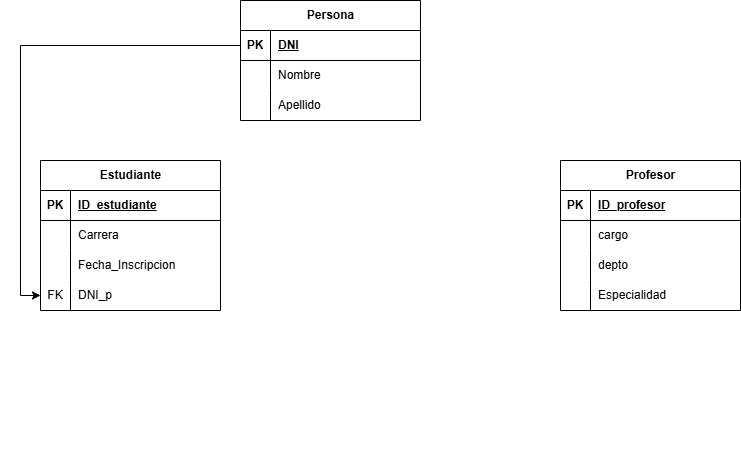
The draw.io diagram Diagramas_E_R/Diagrama_actividad_3.drawio.png in Gabitoto/Bases-de-Datos, before a commit. Source tidied: cells renumbered, new cells last; positions are measured from the earlier drawing's top-left corner, leaving out a move shared by most shapes.
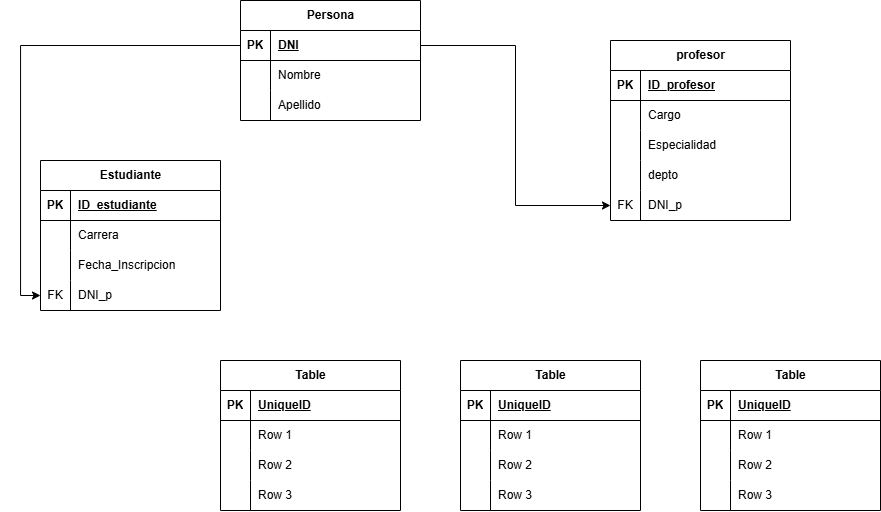
Above is the later version.

Diff of the diagram source:
```diff
@@ -77,47 +77,173 @@
     <mxCell id="26" style="edgeStyle=orthogonalEdgeStyle;rounded=0;jettySize=auto;html=1;exitX=0;exitY=0.5;exitDx=0;exitDy=0;entryX=0;entryY=0.5;entryDx=0;entryDy=0;" parent="1" edge="1" source="3" target="23">
       <mxGeometry relative="1" as="geometry" />
     </mxCell>
-    <mxCell id="27" style="group;" parent="1" vertex="1">
-      <mxGeometry x="260" y="160" width="480" height="190" as="geometry" />
-    </mxCell>
-    <mxCell id="28" value="Profesor" style="shape=table;startSize=30;rowLines=0;fontStyle=1;align=center;html=1;" parent="27" vertex="1">
-      <mxGeometry x="300" width="180" height="150" as="geometry" />
-    </mxCell>
-    <mxCell id="29" style="shape=tableRow;horizontal=0;startSize=0;swimlaneHead=0;swimlaneBody=0;fillColor=none;top=0;left=0;right=0;bottom=1;" parent="28" vertex="1">
-      <mxGeometry y="30" width="180" height="30" as="geometry" />
-    </mxCell>
-    <mxCell id="30" value="PK" style="shape=partialRectangle;fillColor=none;top=0;left=0;bottom=0;right=0;fontStyle=1;overflow=hidden;whiteSpace=wrap;html=1;" parent="29" vertex="1">
-      <mxGeometry width="30" height="30" as="geometry" />
-    </mxCell>
+    <mxCell id="41" value="profesor" style="shape=table;startSize=30;rowLines=0;fontStyle=1;align=center;html=1;" parent="1" vertex="1">
+      <mxGeometry x="610" y="40" width="180" height="180" as="geometry" />
+    </mxCell>
+    <mxCell id="42" style="shape=tableRow;horizontal=0;startSize=0;swimlaneHead=0;swimlaneBody=0;fillColor=none;top=0;left=0;right=0;bottom=1;" parent="41" vertex="1">
+      <mxGeometry y="30" width="180" height="30" as="geometry" />
+    </mxCell>
+    <mxCell id="43" value="PK" style="shape=partialRectangle;fillColor=none;top=0;left=0;bottom=0;right=0;fontStyle=1;overflow=hidden;whiteSpace=wrap;html=1;" parent="42" vertex="1">
+      <mxGeometry width="30" height="30" as="geometry" />
+    </mxCell>
-    <mxCell id="31" value="ID_profesor" style="shape=partialRectangle;fillColor=none;top=0;left=0;bottom=0;right=0;align=left;spacingLeft=6;fontStyle=5;overflow=hidden;whiteSpace=wrap;html=1;" parent="29" vertex="1">
+    <mxCell id="31" value="ID_profesor" style="shape=partialRectangle;fillColor=none;top=0;left=0;bottom=0;right=0;align=left;spacingLeft=6;fontStyle=5;overflow=hidden;whiteSpace=wrap;html=1;" parent="42" vertex="1">
       <mxGeometry x="30" width="150" height="30" as="geometry" />
     </mxCell>
-    <mxCell id="32" style="shape=tableRow;horizontal=0;startSize=0;swimlaneHead=0;swimlaneBody=0;fillColor=none;top=0;left=0;right=0;bottom=0;" parent="28" vertex="1">
-      <mxGeometry y="60" width="180" height="30" as="geometry" />
-    </mxCell>
-    <mxCell id="33" style="shape=partialRectangle;fillColor=none;top=0;left=0;bottom=0;right=0;overflow=hidden;whiteSpace=wrap;html=1;" parent="32" vertex="1">
-      <mxGeometry width="30" height="30" as="geometry" />
-    </mxCell>
-    <mxCell id="34" value="cargo" style="shape=partialRectangle;fillColor=none;top=0;left=0;bottom=0;right=0;align=left;spacingLeft=6;overflow=hidden;whiteSpace=wrap;html=1;" parent="32" vertex="1">
-      <mxGeometry x="30" width="150" height="30" as="geometry" />
-    </mxCell>
-    <mxCell id="35" style="shape=tableRow;horizontal=0;startSize=0;swimlaneHead=0;swimlaneBody=0;fillColor=none;top=0;left=0;right=0;bottom=0;" parent="28" vertex="1">
-      <mxGeometry y="90" width="180" height="30" as="geometry" />
-    </mxCell>
-    <mxCell id="36" style="shape=partialRectangle;fillColor=none;top=0;left=0;bottom=0;right=0;overflow=hidden;whiteSpace=wrap;html=1;" parent="35" vertex="1">
-      <mxGeometry width="30" height="30" as="geometry" />
-    </mxCell>
+    <mxCell id="44" style="shape=tableRow;horizontal=0;startSize=0;swimlaneHead=0;swimlaneBody=0;fillColor=none;top=0;left=0;right=0;bottom=0;" parent="41" vertex="1">
+      <mxGeometry y="60" width="180" height="30" as="geometry" />
+    </mxCell>
+    <mxCell id="45" style="shape=partialRectangle;fillColor=none;top=0;left=0;bottom=0;right=0;overflow=hidden;whiteSpace=wrap;html=1;" parent="44" vertex="1">
+      <mxGeometry width="30" height="30" as="geometry" />
+    </mxCell>
+    <mxCell id="46" value="Cargo" style="shape=partialRectangle;fillColor=none;top=0;left=0;bottom=0;right=0;align=left;spacingLeft=6;overflow=hidden;whiteSpace=wrap;html=1;" parent="44" vertex="1">
+      <mxGeometry x="30" width="150" height="30" as="geometry" />
+    </mxCell>
+    <mxCell id="47" style="shape=tableRow;horizontal=0;startSize=0;swimlaneHead=0;swimlaneBody=0;fillColor=none;top=0;left=0;right=0;bottom=0;" parent="41" vertex="1">
+      <mxGeometry y="90" width="180" height="30" as="geometry" />
+    </mxCell>
+    <mxCell id="48" style="shape=partialRectangle;fillColor=none;top=0;left=0;bottom=0;right=0;overflow=hidden;whiteSpace=wrap;html=1;" parent="47" vertex="1">
+      <mxGeometry width="30" height="30" as="geometry" />
+    </mxCell>
+    <mxCell id="40" value="Especialidad" style="shape=partialRectangle;fillColor=none;top=0;left=0;bottom=0;right=0;align=left;spacingLeft=6;overflow=hidden;whiteSpace=wrap;html=1;" parent="47" vertex="1">
+      <mxGeometry x="30" width="150" height="30" as="geometry" />
+    </mxCell>
+    <mxCell id="49" style="shape=tableRow;horizontal=0;startSize=0;swimlaneHead=0;swimlaneBody=0;fillColor=none;top=0;left=0;right=0;bottom=0;" parent="41" vertex="1">
+      <mxGeometry y="120" width="180" height="30" as="geometry" />
+    </mxCell>
+    <mxCell id="50" style="shape=partialRectangle;fillColor=none;top=0;left=0;bottom=0;right=0;overflow=hidden;whiteSpace=wrap;html=1;" parent="49" vertex="1">
+      <mxGeometry width="30" height="30" as="geometry" />
+    </mxCell>
-    <mxCell id="37" value="depto" style="shape=partialRectangle;fillColor=none;top=0;left=0;bottom=0;right=0;align=left;spacingLeft=6;overflow=hidden;whiteSpace=wrap;html=1;" parent="35" vertex="1">
+    <mxCell id="37" value="depto" style="shape=partialRectangle;fillColor=none;top=0;left=0;bottom=0;right=0;align=left;spacingLeft=6;overflow=hidden;whiteSpace=wrap;html=1;" parent="49" vertex="1">
       <mxGeometry x="30" width="150" height="30" as="geometry" />
     </mxCell>
-    <mxCell id="38" style="shape=tableRow;horizontal=0;startSize=0;swimlaneHead=0;swimlaneBody=0;fillColor=none;top=0;left=0;right=0;bottom=0;" parent="28" vertex="1">
-      <mxGeometry y="120" width="180" height="30" as="geometry" />
-    </mxCell>
-    <mxCell id="39" style="shape=partialRectangle;fillColor=none;top=0;left=0;bottom=0;right=0;overflow=hidden;whiteSpace=wrap;html=1;" parent="38" vertex="1">
-      <mxGeometry width="30" height="30" as="geometry" />
-    </mxCell>
-    <mxCell id="40" value="Especialidad" style="shape=partialRectangle;fillColor=none;top=0;left=0;bottom=0;right=0;align=left;spacingLeft=6;overflow=hidden;whiteSpace=wrap;html=1;" parent="38" vertex="1">
-      <mxGeometry x="30" width="150" height="30" as="geometry" />
-    </mxCell>
+    <mxCell id="51" style="shape=tableRow;horizontal=0;startSize=0;swimlaneHead=0;swimlaneBody=0;fillColor=none;points=[[0,0.5],[1,0.5]];portConstraint=eastwest;top=0;left=0;right=0;bottom=0;" parent="41" vertex="1">
+      <mxGeometry y="150" width="180" height="30" as="geometry" />
+    </mxCell>
+    <mxCell id="52" value="FK" style="shape=partialRectangle;fillColor=none;top=0;left=0;bottom=0;right=0;overflow=hidden;whiteSpace=wrap;html=1;" parent="51" vertex="1">
+      <mxGeometry width="30" height="30" as="geometry" />
+    </mxCell>
+    <mxCell id="53" value="DNI_p" style="shape=partialRectangle;fillColor=none;top=0;left=0;bottom=0;right=0;align=left;spacingLeft=6;overflow=hidden;whiteSpace=wrap;html=1;" parent="51" vertex="1">
+      <mxGeometry x="30" width="150" height="30" as="geometry" />
+    </mxCell>
+    <mxCell id="54" style="edgeStyle=orthogonalEdgeStyle;rounded=0;jettySize=auto;html=1;exitX=1;exitY=0.5;exitDx=0;exitDy=0;entryX=0;entryY=0.5;entryDx=0;entryDy=0;" parent="1" edge="1" source="3" target="51">
+      <mxGeometry relative="1" as="geometry" />
+    </mxCell>
+    <mxCell id="55" value="Table" style="shape=table;startSize=30;rowLines=0;fontStyle=1;align=center;html=1;" parent="1" vertex="1">
+      <mxGeometry x="220" y="360" width="180" height="150" as="geometry" />
+    </mxCell>
+    <mxCell id="56" style="shape=tableRow;horizontal=0;startSize=0;swimlaneHead=0;swimlaneBody=0;fillColor=none;top=0;left=0;right=0;bottom=1;" parent="55" vertex="1">
+      <mxGeometry y="30" width="180" height="30" as="geometry" />
+    </mxCell>
+    <mxCell id="57" value="PK" style="shape=partialRectangle;fillColor=none;top=0;left=0;bottom=0;right=0;fontStyle=1;overflow=hidden;whiteSpace=wrap;html=1;" parent="56" vertex="1">
+      <mxGeometry width="30" height="30" as="geometry" />
+    </mxCell>
+    <mxCell id="58" value="UniqueID" style="shape=partialRectangle;fillColor=none;top=0;left=0;bottom=0;right=0;align=left;spacingLeft=6;fontStyle=5;overflow=hidden;whiteSpace=wrap;html=1;" parent="56" vertex="1">
+      <mxGeometry x="30" width="150" height="30" as="geometry" />
+    </mxCell>
+    <mxCell id="59" style="shape=tableRow;horizontal=0;startSize=0;swimlaneHead=0;swimlaneBody=0;fillColor=none;top=0;left=0;right=0;bottom=0;" parent="55" vertex="1">
+      <mxGeometry y="60" width="180" height="30" as="geometry" />
+    </mxCell>
+    <mxCell id="60" style="shape=partialRectangle;fillColor=none;top=0;left=0;bottom=0;right=0;overflow=hidden;whiteSpace=wrap;html=1;" parent="59" vertex="1">
+      <mxGeometry width="30" height="30" as="geometry" />
+    </mxCell>
+    <mxCell id="61" value="Row 1" style="shape=partialRectangle;fillColor=none;top=0;left=0;bottom=0;right=0;align=left;spacingLeft=6;overflow=hidden;whiteSpace=wrap;html=1;" parent="59" vertex="1">
+      <mxGeometry x="30" width="150" height="30" as="geometry" />
+    </mxCell>
+    <mxCell id="62" style="shape=tableRow;horizontal=0;startSize=0;swimlaneHead=0;swimlaneBody=0;fillColor=none;top=0;left=0;right=0;bottom=0;" parent="55" vertex="1">
+      <mxGeometry y="90" width="180" height="30" as="geometry" />
+    </mxCell>
+    <mxCell id="63" style="shape=partialRectangle;fillColor=none;top=0;left=0;bottom=0;right=0;overflow=hidden;whiteSpace=wrap;html=1;" parent="62" vertex="1">
+      <mxGeometry width="30" height="30" as="geometry" />
+    </mxCell>
+    <mxCell id="64" value="Row 2" style="shape=partialRectangle;fillColor=none;top=0;left=0;bottom=0;right=0;align=left;spacingLeft=6;overflow=hidden;whiteSpace=wrap;html=1;" parent="62" vertex="1">
+      <mxGeometry x="30" width="150" height="30" as="geometry" />
+    </mxCell>
+    <mxCell id="65" style="shape=tableRow;horizontal=0;startSize=0;swimlaneHead=0;swimlaneBody=0;fillColor=none;top=0;left=0;right=0;bottom=0;" parent="55" vertex="1">
+      <mxGeometry y="120" width="180" height="30" as="geometry" />
+    </mxCell>
+    <mxCell id="66" style="shape=partialRectangle;fillColor=none;top=0;left=0;bottom=0;right=0;overflow=hidden;whiteSpace=wrap;html=1;" parent="65" vertex="1">
+      <mxGeometry width="30" height="30" as="geometry" />
+    </mxCell>
+    <mxCell id="67" value="Row 3" style="shape=partialRectangle;fillColor=none;top=0;left=0;bottom=0;right=0;align=left;spacingLeft=6;overflow=hidden;whiteSpace=wrap;html=1;" parent="65" vertex="1">
+      <mxGeometry x="30" width="150" height="30" as="geometry" />
+    </mxCell>
+    <mxCell id="68" value="Table" style="shape=table;startSize=30;rowLines=0;fontStyle=1;align=center;html=1;" parent="1" vertex="1">
+      <mxGeometry x="460" y="360" width="180" height="150" as="geometry" />
+    </mxCell>
+    <mxCell id="69" style="shape=tableRow;horizontal=0;startSize=0;swimlaneHead=0;swimlaneBody=0;fillColor=none;top=0;left=0;right=0;bottom=1;" parent="68" vertex="1">
+      <mxGeometry y="30" width="180" height="30" as="geometry" />
+    </mxCell>
+    <mxCell id="70" value="PK" style="shape=partialRectangle;fillColor=none;top=0;left=0;bottom=0;right=0;fontStyle=1;overflow=hidden;whiteSpace=wrap;html=1;" parent="69" vertex="1">
+      <mxGeometry width="30" height="30" as="geometry" />
+    </mxCell>
+    <mxCell id="71" value="UniqueID" style="shape=partialRectangle;fillColor=none;top=0;left=0;bottom=0;right=0;align=left;spacingLeft=6;fontStyle=5;overflow=hidden;whiteSpace=wrap;html=1;" parent="69" vertex="1">
+      <mxGeometry x="30" width="150" height="30" as="geometry" />
+    </mxCell>
+    <mxCell id="72" style="shape=tableRow;horizontal=0;startSize=0;swimlaneHead=0;swimlaneBody=0;fillColor=none;top=0;left=0;right=0;bottom=0;" parent="68" vertex="1">
+      <mxGeometry y="60" width="180" height="30" as="geometry" />
+    </mxCell>
+    <mxCell id="73" style="shape=partialRectangle;fillColor=none;top=0;left=0;bottom=0;right=0;overflow=hidden;whiteSpace=wrap;html=1;" parent="72" vertex="1">
+      <mxGeometry width="30" height="30" as="geometry" />
+    </mxCell>
+    <mxCell id="74" value="Row 1" style="shape=partialRectangle;fillColor=none;top=0;left=0;bottom=0;right=0;align=left;spacingLeft=6;overflow=hidden;whiteSpace=wrap;html=1;" parent="72" vertex="1">
+      <mxGeometry x="30" width="150" height="30" as="geometry" />
+    </mxCell>
+    <mxCell id="75" style="shape=tableRow;horizontal=0;startSize=0;swimlaneHead=0;swimlaneBody=0;fillColor=none;top=0;left=0;right=0;bottom=0;" parent="68" vertex="1">
+      <mxGeometry y="90" width="180" height="30" as="geometry" />
+    </mxCell>
+    <mxCell id="76" style="shape=partialRectangle;fillColor=none;top=0;left=0;bottom=0;right=0;overflow=hidden;whiteSpace=wrap;html=1;" parent="75" vertex="1">
+      <mxGeometry width="30" height="30" as="geometry" />
+    </mxCell>
+    <mxCell id="77" value="Row 2" style="shape=partialRectangle;fillColor=none;top=0;left=0;bottom=0;right=0;align=left;spacingLeft=6;overflow=hidden;whiteSpace=wrap;html=1;" parent="75" vertex="1">
+      <mxGeometry x="30" width="150" height="30" as="geometry" />
+    </mxCell>
+    <mxCell id="78" style="shape=tableRow;horizontal=0;startSize=0;swimlaneHead=0;swimlaneBody=0;fillColor=none;top=0;left=0;right=0;bottom=0;" parent="68" vertex="1">
+      <mxGeometry y="120" width="180" height="30" as="geometry" />
+    </mxCell>
+    <mxCell id="79" style="shape=partialRectangle;fillColor=none;top=0;left=0;bottom=0;right=0;overflow=hidden;whiteSpace=wrap;html=1;" parent="78" vertex="1">
+      <mxGeometry width="30" height="30" as="geometry" />
+    </mxCell>
+    <mxCell id="80" value="Row 3" style="shape=partialRectangle;fillColor=none;top=0;left=0;bottom=0;right=0;align=left;spacingLeft=6;overflow=hidden;whiteSpace=wrap;html=1;" parent="78" vertex="1">
+      <mxGeometry x="30" width="150" height="30" as="geometry" />
+    </mxCell>
+    <mxCell id="81" value="Table" style="shape=table;startSize=30;rowLines=0;fontStyle=1;align=center;html=1;" parent="1" vertex="1">
+      <mxGeometry x="700" y="360" width="180" height="150" as="geometry" />
+    </mxCell>
+    <mxCell id="82" style="shape=tableRow;horizontal=0;startSize=0;swimlaneHead=0;swimlaneBody=0;fillColor=none;top=0;left=0;right=0;bottom=1;" parent="81" vertex="1">
+      <mxGeometry y="30" width="180" height="30" as="geometry" />
+    </mxCell>
+    <mxCell id="83" value="PK" style="shape=partialRectangle;fillColor=none;top=0;left=0;bottom=0;right=0;fontStyle=1;overflow=hidden;whiteSpace=wrap;html=1;" parent="82" vertex="1">
+      <mxGeometry width="30" height="30" as="geometry" />
+    </mxCell>
+    <mxCell id="84" value="UniqueID" style="shape=partialRectangle;fillColor=none;top=0;left=0;bottom=0;right=0;align=left;spacingLeft=6;fontStyle=5;overflow=hidden;whiteSpace=wrap;html=1;" parent="82" vertex="1">
+      <mxGeometry x="30" width="150" height="30" as="geometry" />
+    </mxCell>
+    <mxCell id="85" style="shape=tableRow;horizontal=0;startSize=0;swimlaneHead=0;swimlaneBody=0;fillColor=none;top=0;left=0;right=0;bottom=0;" parent="81" vertex="1">
+      <mxGeometry y="60" width="180" height="30" as="geometry" />
+    </mxCell>
+    <mxCell id="86" style="shape=partialRectangle;fillColor=none;top=0;left=0;bottom=0;right=0;overflow=hidden;whiteSpace=wrap;html=1;" parent="85" vertex="1">
+      <mxGeometry width="30" height="30" as="geometry" />
+    </mxCell>
+    <mxCell id="87" value="Row 1" style="shape=partialRectangle;fillColor=none;top=0;left=0;bottom=0;right=0;align=left;spacingLeft=6;overflow=hidden;whiteSpace=wrap;html=1;" parent="85" vertex="1">
+      <mxGeometry x="30" width="150" height="30" as="geometry" />
+    </mxCell>
+    <mxCell id="88" style="shape=tableRow;horizontal=0;startSize=0;swimlaneHead=0;swimlaneBody=0;fillColor=none;top=0;left=0;right=0;bottom=0;" parent="81" vertex="1">
+      <mxGeometry y="90" width="180" height="30" as="geometry" />
+    </mxCell>
+    <mxCell id="89" style="shape=partialRectangle;fillColor=none;top=0;left=0;bottom=0;right=0;overflow=hidden;whiteSpace=wrap;html=1;" parent="88" vertex="1">
+      <mxGeometry width="30" height="30" as="geometry" />
+    </mxCell>
+    <mxCell id="90" value="Row 2" style="shape=partialRectangle;fillColor=none;top=0;left=0;bottom=0;right=0;align=left;spacingLeft=6;overflow=hidden;whiteSpace=wrap;html=1;" parent="88" vertex="1">
+      <mxGeometry x="30" width="150" height="30" as="geometry" />
+    </mxCell>
+    <mxCell id="91" style="shape=tableRow;horizontal=0;startSize=0;swimlaneHead=0;swimlaneBody=0;fillColor=none;top=0;left=0;right=0;bottom=0;" parent="81" vertex="1">
+      <mxGeometry y="120" width="180" height="30" as="geometry" />
+    </mxCell>
+    <mxCell id="92" style="shape=partialRectangle;fillColor=none;top=0;left=0;bottom=0;right=0;overflow=hidden;whiteSpace=wrap;html=1;" parent="91" vertex="1">
+      <mxGeometry width="30" height="30" as="geometry" />
+    </mxCell>
+    <mxCell id="93" value="Row 3" style="shape=partialRectangle;fillColor=none;top=0;left=0;bottom=0;right=0;align=left;spacingLeft=6;overflow=hidden;whiteSpace=wrap;html=1;" parent="91" vertex="1">
+      <mxGeometry x="30" width="150" height="30" as="geometry" />
+    </mxCell>
   </root>
 </mxGraphModel>
```
